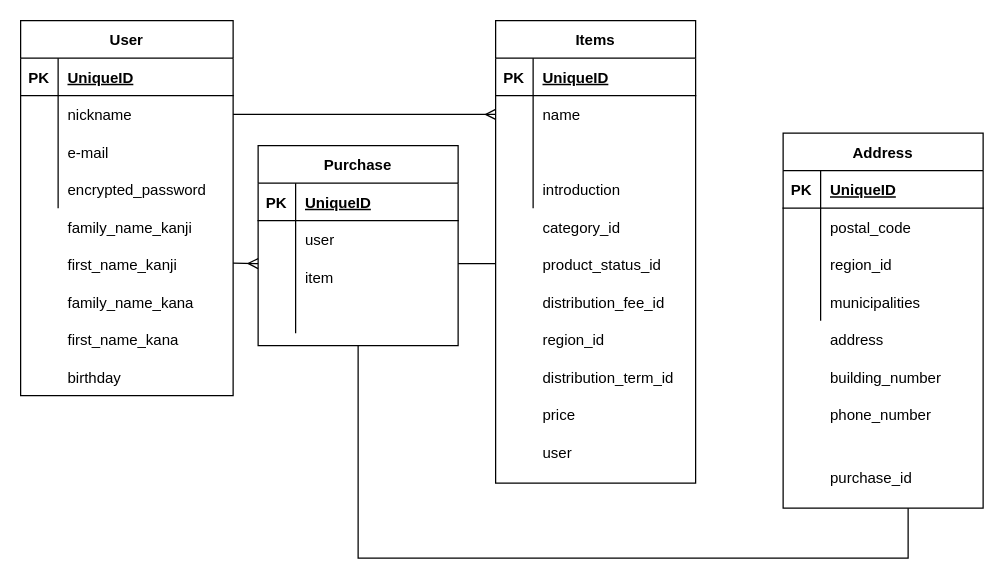
This is furima.dio from kammy0603/furima-30941, a draw.io file, before an edit. Source tidied: cells renumbered, new cells numbered last; positions are measured from the earlier drawing's top-left corner, leaving out a move shared by most shapes. Both pictures are drawn from the tidied source at 125%, with x=0, y=0 at pixel (20, 20).
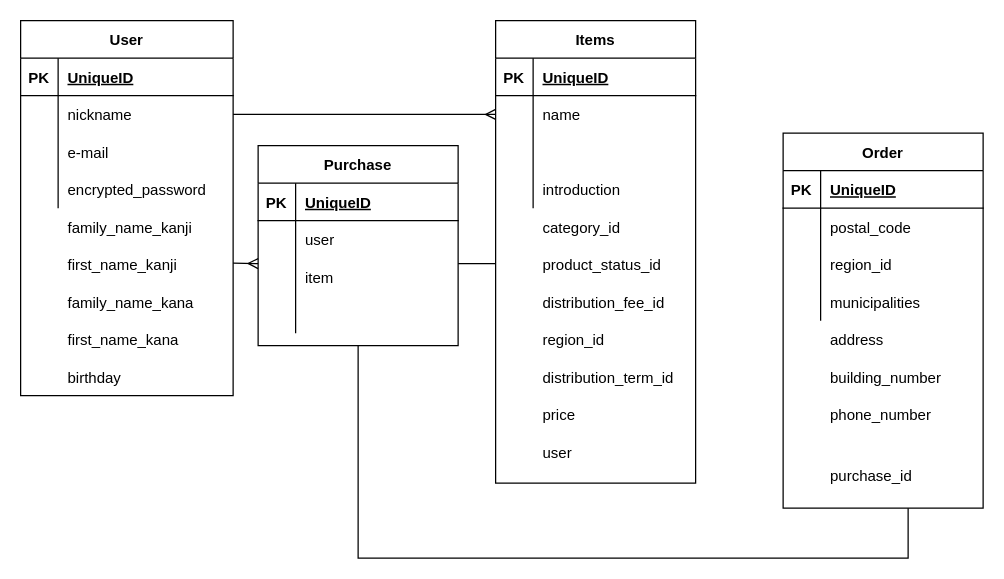
The same page after the edit.

The edit, as a diff of the source:
```diff
@@
-    <mxCell id="50" value="Address" style="shape=table;startSize=30;childLayout=tableLayout;rowLines=0;fontStyle=1;align=center;" parent="1" vertex="1">
+    <mxCell id="50" value="Order" style="shape=table;startSize=30;childLayout=tableLayout;rowLines=0;fontStyle=1;align=center;" parent="1" vertex="1">
       <mxGeometry x="610" y="90" width="160" height="300" as="geometry" />
     </mxCell>
@@
     <mxCell id="95" value="purchase_id" style="shape=partialRectangle;fillColor=none;top=0;left=0;bottom=0;right=0;align=left;spacingLeft=6;overflow=hidden;" parent="1" vertex="1">
-      <mxGeometry x="640" y="340" width="130" height="50" as="geometry" />
+      <mxGeometry x="640" y="340" width="113" height="47" as="geometry" />
     </mxCell>
```
